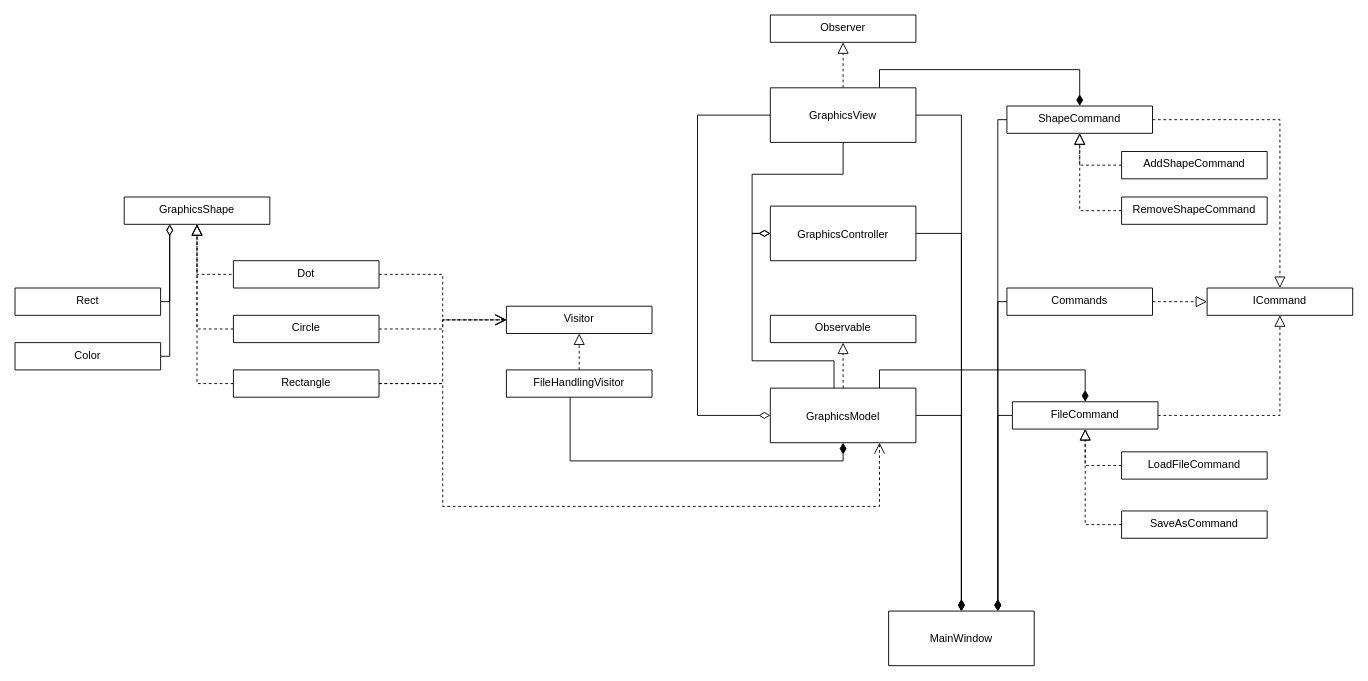
The draw.io diagram Untitled Diagram.drawio in Rishat22/GraphicsEditorArchitecture, before the edit. Source tidied: cells renumbered, new cells numbered last; positions are measured from the earlier drawing's top-left corner, leaving out a move shared by most shapes. Both pictures are drawn from the tidied source at 91%, with x=0, y=0 at pixel (15, 15).
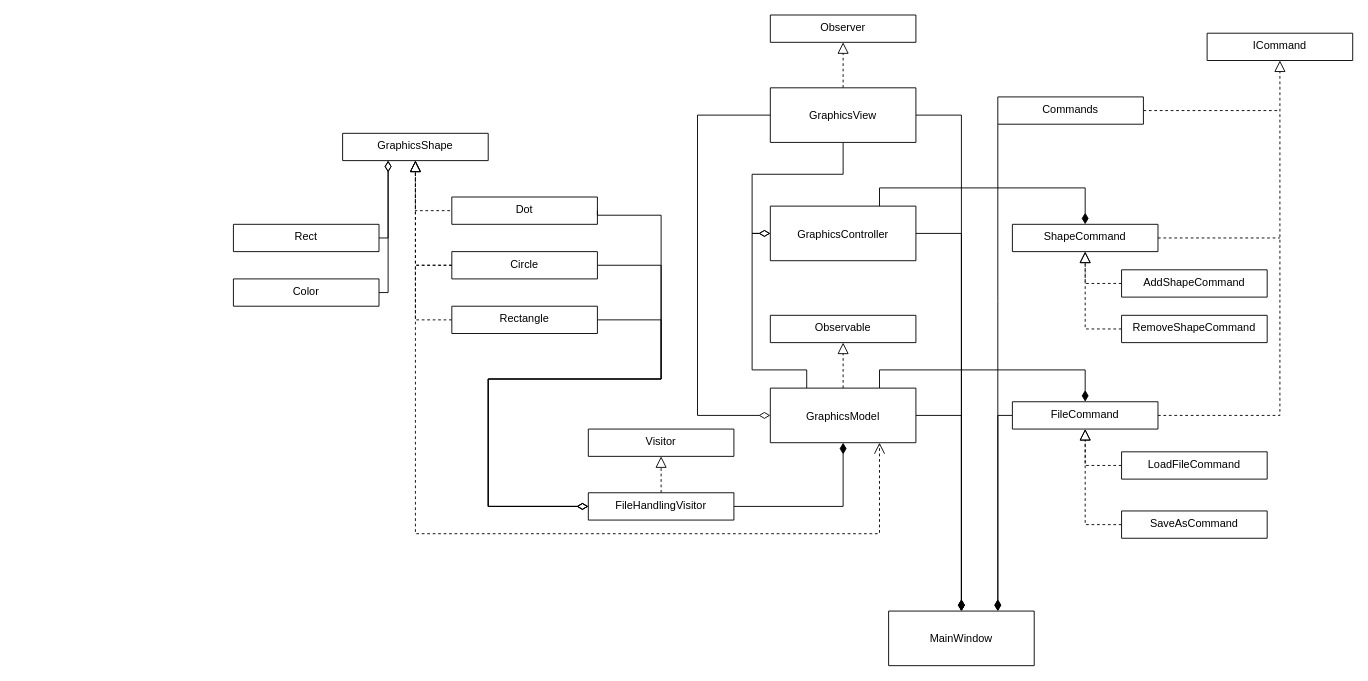
The same diagram, later.

The change refers to these unchanged cells:
```xml
<mxCell id="20" value="GraphicsModel" style="swimlane;fontStyle=0;align=center;verticalAlign=middle;horizontal=1;startSize=88;rounded=0;shadow=0;strokeWidth=1;" parent="1" vertex="1">
  <mxGeometry x="830" y="410" width="160" height="60" as="geometry" />
</mxCell>
<mxCell id="21" value="MainWindow" style="swimlane;fontStyle=0;align=center;verticalAlign=middle;horizontal=1;startSize=88;rounded=0;shadow=0;strokeWidth=1;" parent="1" vertex="1">
  <mxGeometry x="960" y="655" width="160" height="60" as="geometry" />
</mxCell>
<mxCell id="23" value="GraphicsController" style="swimlane;fontStyle=0;align=center;verticalAlign=middle;horizontal=1;startSize=88;rounded=0;shadow=0;strokeWidth=1;" parent="1" vertex="1">
  <mxGeometry x="830" y="210" width="160" height="60" as="geometry" />
</mxCell>
<mxCell id="29" value="GraphicsView" style="swimlane;fontStyle=0;align=center;verticalAlign=middle;horizontal=1;startSize=88;rounded=0;shadow=0;strokeWidth=1;" parent="1" vertex="1">
  <mxGeometry x="830" y="80" width="160" height="60" as="geometry" />
</mxCell>
```

What changed in the source:
```diff
@@
     <mxCell id="2" value="GraphicsShape" style="swimlane;fontStyle=0;align=center;verticalAlign=top;horizontal=1;startSize=88;rounded=0;shadow=0;strokeWidth=1;" parent="1" vertex="1">
-      <mxGeometry x="120" y="200" width="160" height="30" as="geometry" />
+      <mxGeometry x="360" y="130" width="160" height="30" as="geometry" />
     </mxCell>
     <mxCell id="3" style="edgeStyle=orthogonalEdgeStyle;rounded=0;jettySize=auto;html=1;exitX=1;exitY=0.5;exitDx=0;exitDy=0;entryX=0.5;entryY=1;entryDx=0;entryDy=0;endSize=10;endArrow=block;endFill=0;dashed=1;" parent="1" edge="1" source="5" target="2">
       <mxGeometry relative="1" as="geometry">
         <Array as="points">
-          <mxPoint x="200" y="285" />
+          <mxPoint x="440" y="215" />
         </Array>
       </mxGeometry>
     </mxCell>
-    <mxCell id="4" style="edgeStyle=orthogonalEdgeStyle;rounded=0;jettySize=auto;html=1;entryX=0;entryY=0.5;entryDx=0;entryDy=0;endArrow=open;endFill=0;endSize=10;dashed=1;" parent="1" edge="1" source="5" target="53">
-      <mxGeometry relative="1" as="geometry" />
-    </mxCell>
+    <mxCell id="55" style="edgeStyle=orthogonalEdgeStyle;rounded=0;jettySize=auto;html=1;entryX=0;entryY=0.5;entryDx=0;entryDy=0;endArrow=diamondThin;endFill=0;endSize=10;exitX=1;exitY=0.5;exitDx=0;exitDy=0;" parent="1" edge="1" source="11" target="52">
+      <mxGeometry relative="1" as="geometry">
+        <Array as="points">
+          <mxPoint x="710" y="335" />
+          <mxPoint x="710" y="400" />
+          <mxPoint x="520" y="400" />
+          <mxPoint x="520" y="540" />
+        </Array>
+      </mxGeometry>
+    </mxCell>
     <mxCell id="5" value="Dot" style="swimlane;fontStyle=0;align=center;verticalAlign=top;horizontal=1;startSize=88;rounded=0;shadow=0;strokeWidth=1;" parent="1" vertex="1">
-      <mxGeometry x="240" y="270" width="160" height="30" as="geometry" />
+      <mxGeometry x="480" y="200" width="160" height="30" as="geometry" />
     </mxCell>
     <mxCell id="6" style="edgeStyle=orthogonalEdgeStyle;rounded=0;jettySize=auto;html=1;exitX=0;exitY=0.5;exitDx=0;exitDy=0;endSize=10;endArrow=block;endFill=0;dashed=1;" parent="1" edge="1" source="8">
       <mxGeometry relative="1" as="geometry">
-        <mxPoint x="200" y="230" as="targetPoint" />
+        <mxPoint x="440" y="160" as="targetPoint" />
         <Array as="points">
-          <mxPoint x="200" y="345" />
+          <mxPoint x="440" y="275" />
         </Array>
       </mxGeometry>
     </mxCell>
-    <mxCell id="7" style="edgeStyle=orthogonalEdgeStyle;rounded=0;jettySize=auto;html=1;entryX=0;entryY=0.5;entryDx=0;entryDy=0;endArrow=open;endFill=0;endSize=10;dashed=1;" parent="1" edge="1" source="8" target="53">
-      <mxGeometry relative="1" as="geometry" />
-    </mxCell>
+    <mxCell id="56" style="edgeStyle=orthogonalEdgeStyle;rounded=0;jettySize=auto;html=1;entryX=0;entryY=0.5;entryDx=0;entryDy=0;endArrow=diamondThin;endFill=0;endSize=10;exitX=1;exitY=0.5;exitDx=0;exitDy=0;" parent="1" edge="1" source="8" target="52">
+      <mxGeometry relative="1" as="geometry">
+        <Array as="points">
+          <mxPoint x="710" y="275" />
+          <mxPoint x="710" y="400" />
+          <mxPoint x="520" y="400" />
+          <mxPoint x="520" y="540" />
+        </Array>
+      </mxGeometry>
+    </mxCell>
     <mxCell id="8" value="Circle" style="swimlane;fontStyle=0;align=center;verticalAlign=top;horizontal=1;startSize=88;rounded=0;shadow=0;strokeWidth=1;" parent="1" vertex="1">
-      <mxGeometry x="240" y="330" width="160" height="30" as="geometry" />
+      <mxGeometry x="480" y="260" width="160" height="30" as="geometry" />
     </mxCell>
     <mxCell id="9" style="edgeStyle=orthogonalEdgeStyle;rounded=0;jettySize=auto;html=1;exitX=0;exitY=0.5;exitDx=0;exitDy=0;endSize=10;endArrow=block;endFill=0;dashed=1;" parent="1" edge="1" source="11">
       <mxGeometry relative="1" as="geometry">
-        <mxPoint x="200" y="230" as="targetPoint" />
+        <mxPoint x="440" y="160" as="targetPoint" />
         <Array as="points">
-          <mxPoint x="200" y="405" />
+          <mxPoint x="440" y="335" />
         </Array>
       </mxGeometry>
     </mxCell>
-    <mxCell id="10" style="edgeStyle=orthogonalEdgeStyle;rounded=0;jettySize=auto;html=1;entryX=0;entryY=0.5;entryDx=0;entryDy=0;endArrow=open;endFill=0;endSize=10;dashed=1;" parent="1" edge="1" source="11" target="53">
-      <mxGeometry relative="1" as="geometry" />
-    </mxCell>
+    <mxCell id="57" style="edgeStyle=orthogonalEdgeStyle;rounded=0;jettySize=auto;html=1;endArrow=diamondThin;endFill=0;endSize=10;exitX=1;exitY=0.5;exitDx=0;exitDy=0;entryX=0;entryY=0.5;entryDx=0;entryDy=0;" parent="1" edge="1" source="5" target="52">
+      <mxGeometry relative="1" as="geometry">
+        <Array as="points">
+          <mxPoint x="640" y="220" />
+          <mxPoint x="710" y="220" />
+          <mxPoint x="710" y="400" />
+          <mxPoint x="520" y="400" />
+          <mxPoint x="520" y="540" />
+        </Array>
+      </mxGeometry>
+    </mxCell>
     <mxCell id="11" value="Rectangle" style="swimlane;fontStyle=0;align=center;verticalAlign=top;horizontal=1;startSize=88;rounded=0;shadow=0;strokeWidth=1;" parent="1" vertex="1">
-      <mxGeometry x="240" y="390" width="160" height="30" as="geometry" />
+      <mxGeometry x="480" y="320" width="160" height="30" as="geometry" />
     </mxCell>
     <mxCell id="12" style="edgeStyle=orthogonalEdgeStyle;rounded=0;jettySize=auto;html=1;endArrow=diamondThin;endFill=0;endSize=10;" parent="1" edge="1" source="13">
       <mxGeometry relative="1" as="geometry">
-        <mxPoint x="170" y="230" as="targetPoint" />
+        <mxPoint x="410" y="160" as="targetPoint" />
         <Array as="points">
-          <mxPoint x="170" y="315" />
+          <mxPoint x="410" y="245" />
         </Array>
       </mxGeometry>
     </mxCell>
     <mxCell id="13" value="Rect" style="swimlane;fontStyle=0;align=center;verticalAlign=top;horizontal=1;startSize=88;rounded=0;shadow=0;strokeWidth=1;" parent="1" vertex="1">
-      <mxGeometry y="300" width="160" height="30" as="geometry" />
+      <mxGeometry x="240" y="230" width="160" height="30" as="geometry" />
     </mxCell>
     <mxCell id="14" style="edgeStyle=orthogonalEdgeStyle;rounded=0;jettySize=auto;html=1;endArrow=diamondThin;endFill=0;endSize=10;" parent="1" edge="1" source="15">
       <mxGeometry relative="1" as="geometry">
-        <mxPoint x="170" y="230" as="targetPoint" />
+        <mxPoint x="410" y="160" as="targetPoint" />
         <Array as="points">
-          <mxPoint x="170" y="375" />
+          <mxPoint x="410" y="305" />
         </Array>
       </mxGeometry>
     </mxCell>
     <mxCell id="15" value="Color" style="swimlane;fontStyle=0;align=center;verticalAlign=top;horizontal=1;startSize=88;rounded=0;shadow=0;strokeWidth=1;" parent="1" vertex="1">
-      <mxGeometry y="360" width="160" height="30" as="geometry" />
+      <mxGeometry x="240" y="290" width="160" height="30" as="geometry" />
     </mxCell>
@@
-    <mxCell id="19" style="edgeStyle=orthogonalEdgeStyle;rounded=0;jettySize=auto;html=1;entryX=0;entryY=0.5;entryDx=0;entryDy=0;endArrow=diamondThin;endFill=0;endSize=10;" parent="1" edge="1" source="20" target="23">
+    <mxCell id="19" style="edgeStyle=orthogonalEdgeStyle;rounded=0;jettySize=auto;html=1;entryX=0;entryY=0.5;entryDx=0;entryDy=0;endArrow=diamondThin;endFill=0;endSize=10;exitX=0.25;exitY=0;exitDx=0;exitDy=0;" parent="1" edge="1" source="20" target="23">
       <mxGeometry relative="1" as="geometry">
         <Array as="points">
-          <mxPoint x="900" y="380" />
-          <mxPoint x="810" y="380" />
+          <mxPoint x="870" y="390" />
+          <mxPoint x="810" y="390" />
           <mxPoint x="810" y="240" />
         </Array>
       </mxGeometry>
     </mxCell>
@@
-    <mxCell id="25" style="edgeStyle=orthogonalEdgeStyle;rounded=0;jettySize=auto;html=1;exitX=0.75;exitY=0;exitDx=0;exitDy=0;entryX=0.5;entryY=0;entryDx=0;entryDy=0;endArrow=diamondThin;endFill=1;endSize=10;" parent="1" edge="1" source="29" target="35">
-      <mxGeometry relative="1" as="geometry" />
+    <mxCell id="25" style="edgeStyle=orthogonalEdgeStyle;rounded=0;jettySize=auto;html=1;exitX=0.75;exitY=0;exitDx=0;exitDy=0;entryX=0.5;entryY=0;entryDx=0;entryDy=0;endArrow=diamondThin;endFill=1;endSize=10;" parent="1" edge="1" source="23" target="35">
+      <mxGeometry relative="1" as="geometry">
+        <Array as="points">
+          <mxPoint x="950" y="190" />
+          <mxPoint x="1176" y="190" />
+        </Array>
+      </mxGeometry>
     </mxCell>
@@
-    <mxCell id="33" style="edgeStyle=orthogonalEdgeStyle;rounded=0;jettySize=auto;html=1;exitX=1;exitY=0.5;exitDx=0;exitDy=0;entryX=0.5;entryY=0;entryDx=0;entryDy=0;endArrow=block;endFill=0;endSize=10;dashed=1;" parent="1" edge="1" source="35" target="39">
-      <mxGeometry relative="1" as="geometry" />
-    </mxCell>
-    <mxCell id="34" style="edgeStyle=orthogonalEdgeStyle;rounded=0;jettySize=auto;html=1;exitX=0;exitY=0.5;exitDx=0;exitDy=0;entryX=0.75;entryY=0;entryDx=0;entryDy=0;endArrow=diamondThin;endFill=1;endSize=10;" parent="1" edge="1" source="35" target="21">
-      <mxGeometry relative="1" as="geometry">
-        <Array as="points">
-          <mxPoint x="1080" y="115" />
-        </Array>
-      </mxGeometry>
-    </mxCell>
+    <mxCell id="58" style="edgeStyle=orthogonalEdgeStyle;rounded=0;jettySize=auto;html=1;dashed=1;endArrow=none;endFill=0;endSize=10;" parent="1" edge="1" source="35">
+      <mxGeometry relative="1" as="geometry">
+        <mxPoint x="1390" y="245" as="targetPoint" />
+      </mxGeometry>
+    </mxCell>
     <mxCell id="35" value="ShapeCommand" style="swimlane;fontStyle=0;align=center;verticalAlign=top;horizontal=1;startSize=88;rounded=0;shadow=0;strokeWidth=1;" parent="1" vertex="1">
-      <mxGeometry x="1090" y="100" width="160" height="30" as="geometry" />
+      <mxGeometry x="1096" y="230" width="160" height="30" as="geometry" />
     </mxCell>
-    <mxCell id="36" style="edgeStyle=orthogonalEdgeStyle;rounded=0;jettySize=auto;html=1;exitX=1;exitY=0.5;exitDx=0;exitDy=0;entryX=0;entryY=0.5;entryDx=0;entryDy=0;endArrow=block;endFill=0;endSize=10;dashed=1;" parent="1" edge="1" source="38" target="39">
-      <mxGeometry relative="1" as="geometry" />
+    <mxCell id="36" style="edgeStyle=orthogonalEdgeStyle;rounded=0;jettySize=auto;html=1;exitX=1;exitY=0.5;exitDx=0;exitDy=0;endArrow=none;endFill=0;endSize=10;dashed=1;" parent="1" edge="1" source="38">
+      <mxGeometry relative="1" as="geometry">
+        <mxPoint x="1390" y="105" as="targetPoint" />
+      </mxGeometry>
     </mxCell>
@@
     <mxCell id="38" value="Commands" style="swimlane;fontStyle=0;align=center;verticalAlign=top;horizontal=1;startSize=88;rounded=0;shadow=0;strokeWidth=1;" parent="1" vertex="1">
-      <mxGeometry x="1090" y="300" width="160" height="30" as="geometry" />
+      <mxGeometry x="1080" y="90" width="160" height="30" as="geometry" />
     </mxCell>
     <mxCell id="39" value="ICommand" style="swimlane;fontStyle=0;align=center;verticalAlign=top;horizontal=1;startSize=88;rounded=0;shadow=0;strokeWidth=1;" parent="1" vertex="1">
-      <mxGeometry x="1310" y="300" width="160" height="30" as="geometry" />
+      <mxGeometry x="1310" y="20" width="160" height="30" as="geometry" />
     </mxCell>
@@
     <mxCell id="41" value="AddShapeCommand" style="swimlane;fontStyle=0;align=center;verticalAlign=top;horizontal=1;startSize=88;rounded=0;shadow=0;strokeWidth=1;" parent="1" vertex="1">
-      <mxGeometry x="1216" y="150" width="160" height="30" as="geometry" />
+      <mxGeometry x="1216" y="280" width="160" height="30" as="geometry" />
     </mxCell>
@@
     <mxCell id="43" value="RemoveShapeCommand" style="swimlane;fontStyle=0;align=center;verticalAlign=top;horizontal=1;startSize=88;rounded=0;shadow=0;strokeWidth=1;" parent="1" vertex="1">
-      <mxGeometry x="1216" y="200" width="160" height="30" as="geometry" />
+      <mxGeometry x="1216" y="330" width="160" height="30" as="geometry" />
     </mxCell>
@@
-    <mxCell id="51" style="edgeStyle=orthogonalEdgeStyle;rounded=0;jettySize=auto;html=1;entryX=0.5;entryY=1;entryDx=0;entryDy=0;endArrow=diamondThin;endFill=1;endSize=10;" parent="1" edge="1" source="52" target="20">
+    <mxCell id="51" style="edgeStyle=orthogonalEdgeStyle;rounded=0;jettySize=auto;html=1;entryX=0.5;entryY=1;entryDx=0;entryDy=0;endArrow=diamondThin;endFill=1;endSize=10;exitX=1;exitY=0.5;exitDx=0;exitDy=0;" parent="1" edge="1" source="52" target="20">
       <mxGeometry relative="1" as="geometry">
         <Array as="points">
-          <mxPoint x="610" y="490" />
-          <mxPoint x="910" y="490" />
+          <mxPoint x="910" y="540" />
         </Array>
       </mxGeometry>
     </mxCell>
     <mxCell id="52" value="FileHandlingVisitor" style="swimlane;fontStyle=0;align=center;verticalAlign=top;horizontal=1;startSize=88;rounded=0;shadow=0;strokeWidth=1;" parent="1" vertex="1">
-      <mxGeometry x="540" y="390" width="160" height="30" as="geometry" />
+      <mxGeometry x="630" y="525" width="160" height="30" as="geometry" />
     </mxCell>
     <mxCell id="53" value="Visitor" style="swimlane;fontStyle=0;align=center;verticalAlign=top;horizontal=1;startSize=88;rounded=0;shadow=0;strokeWidth=1;" parent="1" vertex="1">
-      <mxGeometry x="540" y="320" width="160" height="30" as="geometry" />
+      <mxGeometry x="630" y="455" width="160" height="30" as="geometry" />
     </mxCell>
-    <mxCell id="54" style="edgeStyle=orthogonalEdgeStyle;rounded=0;jettySize=auto;html=1;endArrow=open;endFill=0;endSize=10;dashed=1;exitX=1;exitY=0.5;exitDx=0;exitDy=0;entryX=0.75;entryY=1;entryDx=0;entryDy=0;" parent="1" edge="1" source="11" target="20">
+    <mxCell id="54" style="edgeStyle=orthogonalEdgeStyle;rounded=0;jettySize=auto;html=1;endArrow=open;endFill=0;endSize=10;dashed=1;entryX=0.75;entryY=1;entryDx=0;entryDy=0;exitX=0;exitY=0.5;exitDx=0;exitDy=0;" parent="1" edge="1" source="8" target="20">
       <mxGeometry relative="1" as="geometry">
         <Array as="points">
-          <mxPoint x="470" y="405" />
-          <mxPoint x="470" y="540" />
-          <mxPoint x="950" y="540" />
+          <mxPoint x="440" y="275" />
+          <mxPoint x="440" y="570" />
+          <mxPoint x="950" y="570" />
         </Array>
       </mxGeometry>
     </mxCell>
```
